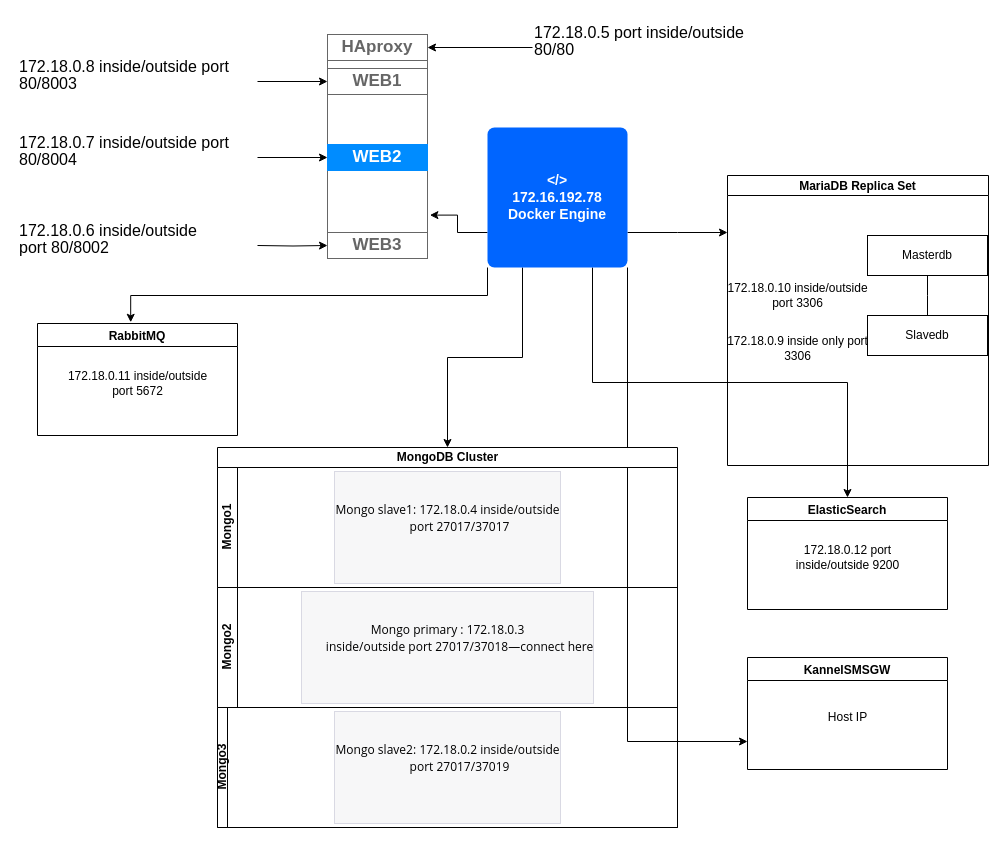
Before: Untitled Diagram.drawio in nofal82/cocorico, a draw.io diagram. Source tidied: cells renumbered, new cells numbered last; positions are measured from the earlier drawing's top-left corner, leaving out a move shared by most shapes. Both pictures are drawn from the tidied source at 100%, with x=0, y=0 at pixel (17, 17).
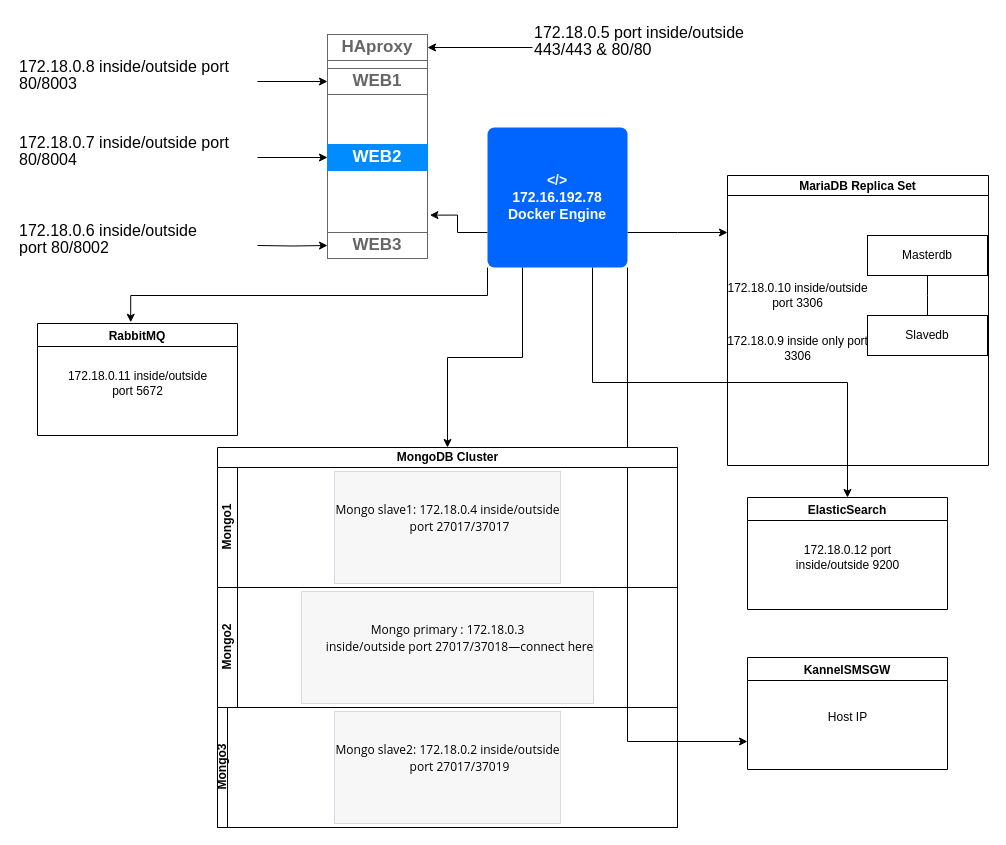
The same page after the edit.

What changed in the source:
```diff
@@
-    <mxCell id="34" value="&lt;span style=&quot;font-size:12.0pt;line-height:107%;&#10;font-family:&amp;quot;Segoe UI&amp;quot;,sans-serif;mso-fareast-font-family:&amp;quot;Times New Roman&amp;quot;;&#10;color:#374151;mso-font-kerning:0pt;mso-ligatures:none;mso-ansi-language:EN-US;&#10;mso-fareast-language:EN-US;mso-bidi-language:AR-SA&quot;&gt;172.18.0.5 port inside/outside&#10;80/80&lt;/span&gt;" style="text;whiteSpace=wrap;html=1;" parent="1" vertex="1">
+    <mxCell id="34" value="&lt;span style=&quot;font-size:12.0pt;line-height:107%;&lt;br/&gt;font-family:&amp;quot;Segoe UI&amp;quot;,sans-serif;mso-fareast-font-family:&amp;quot;Times New Roman&amp;quot;;&lt;br/&gt;color:#374151;mso-font-kerning:0pt;mso-ligatures:none;mso-ansi-language:EN-US;&lt;br/&gt;mso-fareast-language:EN-US;mso-bidi-language:AR-SA&quot;&gt;172.18.0.5 port inside/outside&lt;br&gt;443/443 &amp;amp; 80/80&lt;/span&gt;" style="text;whiteSpace=wrap;html=1;" parent="1" vertex="1">
       <mxGeometry x="515" width="240" height="60" as="geometry" />
     </mxCell>
```
